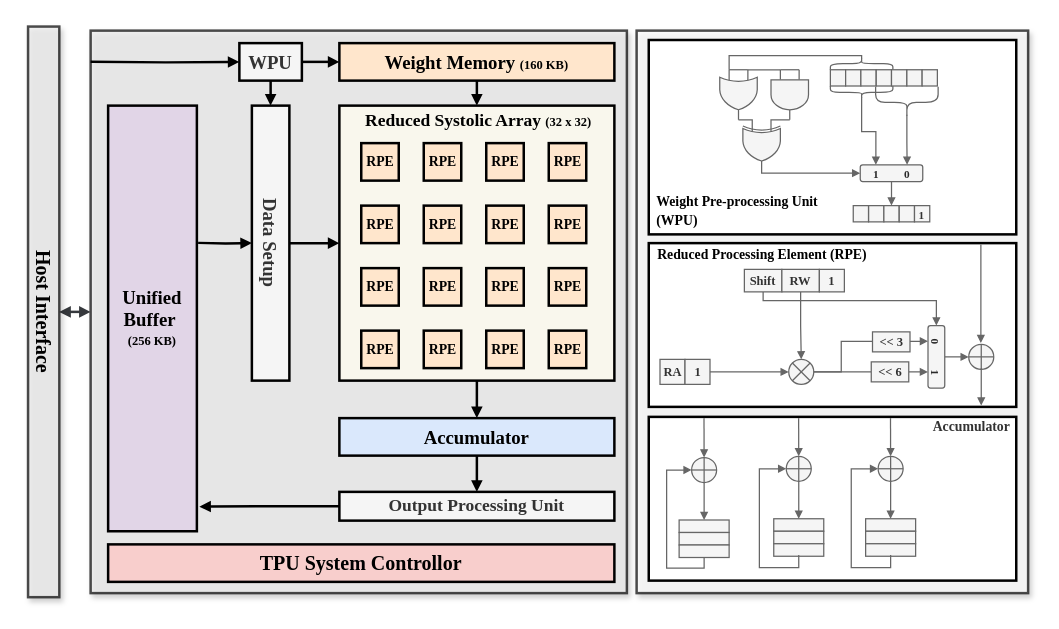
The draw.io diagram figure/drawio/TPU.drawio in akira2963753/tpu-accelerator-lite, before the edit. Source tidied: cells renumbered, new cells numbered last; positions are measured from the earlier drawing's top-left corner, leaving out a move shared by most shapes. Both pictures are drawn from the tidied source at 125%, with x=0, y=0 at pixel (-242, 30).
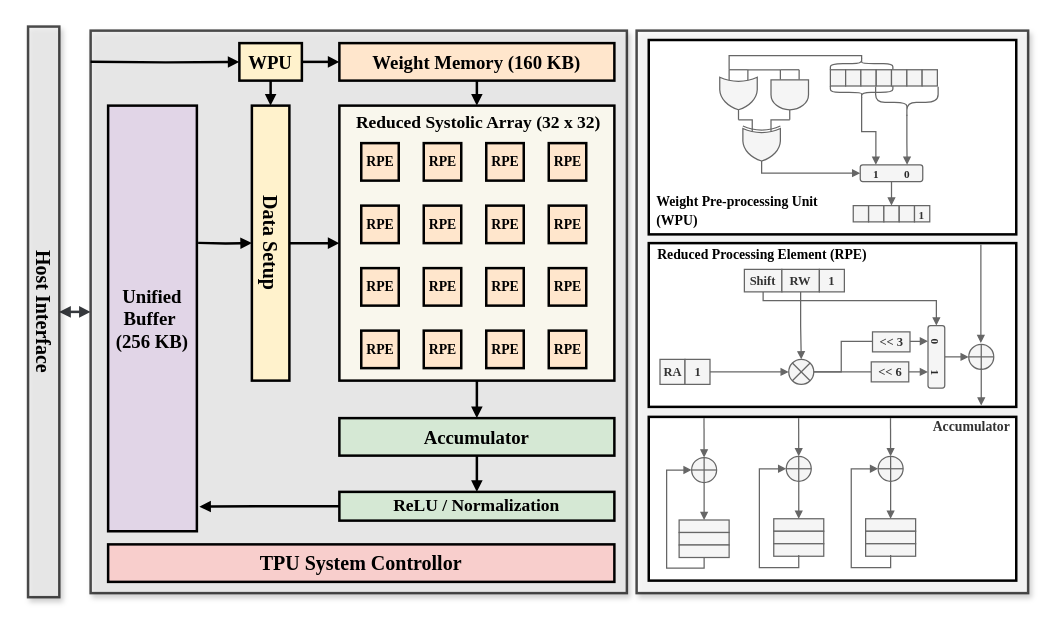
The same page after the edit.

The edit, as a diff of the source:
```diff
@@
-    <mxCell id="5" style="rounded=0;whiteSpace=wrap;html=1;shadow=0;fillColor=#f9f7ed;strokeColor=default;strokeWidth=2;" parent="1" vertex="1">
+    <mxCell id="5" style="rounded=0;whiteSpace=wrap;html=1;shadow=0;strokeWidth=2;fillColor=#f9f7ed;strokeColor=default;" parent="1" vertex="1">
       <mxGeometry x="465" y="60" width="220" height="220" as="geometry" />
     </mxCell>
@@
-    <mxCell id="7" value="&lt;font style=&quot;&quot; face=&quot;Garamond&quot;&gt;&lt;b style=&quot;&quot;&gt;&lt;span style=&quot;font-size: 15px;&quot;&gt;Weight Memory &lt;/span&gt;&lt;font style=&quot;font-size: 10px;&quot;&gt;(160 KB)&lt;/font&gt;&lt;/b&gt;&lt;/font&gt;" style="rounded=0;whiteSpace=wrap;html=1;fillColor=#ffe6cc;strokeColor=default;strokeWidth=2;" parent="1" vertex="1">
+    <mxCell id="7" value="&lt;font style=&quot;&quot; face=&quot;Garamond&quot;&gt;&lt;b style=&quot;&quot;&gt;&lt;span style=&quot;font-size: 15px;&quot;&gt;Weight Memory &lt;/span&gt;&lt;font style=&quot;font-size: 15px;&quot;&gt;(160 KB)&lt;/font&gt;&lt;/b&gt;&lt;/font&gt;" style="rounded=0;whiteSpace=wrap;html=1;fillColor=#ffe6cc;strokeColor=default;strokeWidth=2;" parent="1" vertex="1">
       <mxGeometry x="465" y="10" width="220" height="30" as="geometry" />
     </mxCell>
@@
-    <mxCell id="24" value="&lt;font face=&quot;Garamond&quot; style=&quot;color: rgb(0, 0, 0);&quot;&gt;&lt;b style=&quot;&quot;&gt;&lt;span style=&quot;font-size: 14px;&quot;&gt;Reduced Systolic Array &lt;/span&gt;&lt;font style=&quot;font-size: 10px;&quot;&gt;(32 x 32)&lt;/font&gt;&lt;/b&gt;&lt;/font&gt;" style="text;html=1;whiteSpace=wrap;strokeColor=none;fillColor=none;align=center;verticalAlign=middle;rounded=0;" parent="1" vertex="1">
-      <mxGeometry x="473.5" y="63" width="205" height="20" as="geometry" />
+    <mxCell id="24" value="&lt;font face=&quot;Garamond&quot; style=&quot;color: rgb(0, 0, 0); font-size: 14px;&quot;&gt;&lt;b style=&quot;&quot;&gt;Reduced Systolic Array &lt;font style=&quot;&quot;&gt;(32 x 32)&lt;/font&gt;&lt;/b&gt;&lt;/font&gt;" style="text;html=1;whiteSpace=wrap;strokeColor=none;fillColor=none;align=center;verticalAlign=middle;rounded=0;" parent="1" vertex="1">
+      <mxGeometry x="473.5" y="64" width="205" height="20" as="geometry" />
     </mxCell>
@@
-    <mxCell id="47" value="&lt;font face=&quot;Garamond&quot;&gt;&lt;span style=&quot;font-size: 15px;&quot;&gt;&lt;b&gt;WPU&lt;/b&gt;&lt;/span&gt;&lt;/font&gt;" style="rounded=0;whiteSpace=wrap;html=1;fillColor=#f5f5f5;strokeColor=default;strokeWidth=2;fontColor=#333333;" parent="1" vertex="1">
+    <mxCell id="47" value="&lt;font face=&quot;Garamond&quot;&gt;&lt;span style=&quot;font-size: 15px;&quot;&gt;&lt;b&gt;WPU&lt;/b&gt;&lt;/span&gt;&lt;/font&gt;" style="rounded=0;whiteSpace=wrap;html=1;fillColor=#fff2cc;strokeColor=default;strokeWidth=2;" parent="1" vertex="1">
       <mxGeometry x="385" y="10" width="50" height="30" as="geometry" />
     </mxCell>
@@
-    <mxCell id="50" value="&lt;font style=&quot;font-size: 15px;&quot; face=&quot;Garamond&quot;&gt;&lt;b style=&quot;&quot;&gt;Data Setup&lt;/b&gt;&lt;/font&gt;" style="rounded=0;whiteSpace=wrap;html=1;fillColor=#f5f5f5;fontColor=#333333;strokeColor=default;strokeWidth=2;rotation=90;" parent="1" vertex="1">
+    <mxCell id="50" value="&lt;font style=&quot;font-size: 16px;&quot; face=&quot;Garamond&quot;&gt;&lt;b style=&quot;&quot;&gt;Data Setup&lt;/b&gt;&lt;/font&gt;" style="rounded=0;whiteSpace=wrap;html=1;fillColor=#fff2cc;strokeColor=default;strokeWidth=2;rotation=90;" parent="1" vertex="1">
       <mxGeometry x="300" y="155" width="220" height="30" as="geometry" />
     </mxCell>
@@
-    <mxCell id="52" value="&lt;font style=&quot;font-size: 15px;&quot; face=&quot;Garamond&quot;&gt;&lt;b style=&quot;&quot;&gt;Accumulator&lt;/b&gt;&lt;/font&gt;" style="rounded=0;whiteSpace=wrap;html=1;fillColor=#dae8fc;strokeColor=default;strokeWidth=2;" parent="1" vertex="1">
+    <mxCell id="52" value="&lt;font style=&quot;font-size: 15px;&quot; face=&quot;Garamond&quot;&gt;&lt;b style=&quot;&quot;&gt;Accumulator&lt;/b&gt;&lt;/font&gt;" style="rounded=0;whiteSpace=wrap;html=1;fillColor=#d5e8d4;strokeColor=default;strokeWidth=2;" parent="1" vertex="1">
       <mxGeometry x="465" y="310" width="220" height="30" as="geometry" />
     </mxCell>
-    <mxCell id="53" value="&lt;font face=&quot;Garamond&quot; style=&quot;font-size: 15px;&quot;&gt;&lt;b style=&quot;&quot;&gt;Unified Buffer&amp;nbsp;&lt;/b&gt;&lt;/font&gt;&lt;div&gt;&lt;font face=&quot;Garamond&quot; style=&quot;font-size: 10px;&quot;&gt;&lt;b style=&quot;&quot;&gt;(256 KB)&lt;/b&gt;&lt;/font&gt;&lt;/div&gt;" style="rounded=0;whiteSpace=wrap;html=1;fillColor=#e1d5e7;strokeColor=default;strokeWidth=2;rotation=0;" parent="1" vertex="1">
+    <mxCell id="53" value="&lt;font face=&quot;Garamond&quot; style=&quot;font-size: 15px;&quot;&gt;&lt;b style=&quot;&quot;&gt;Unified Buffer&amp;nbsp;&lt;/b&gt;&lt;/font&gt;&lt;div&gt;&lt;font face=&quot;Garamond&quot; style=&quot;font-size: 15px;&quot;&gt;&lt;b style=&quot;&quot;&gt;(256 KB)&lt;/b&gt;&lt;/font&gt;&lt;/div&gt;" style="rounded=0;whiteSpace=wrap;html=1;fillColor=#e1d5e7;strokeColor=default;strokeWidth=2;rotation=0;" parent="1" vertex="1">
       <mxGeometry x="280" y="60" width="71" height="340.5" as="geometry" />
     </mxCell>
@@
-    <mxCell id="57" value="&lt;font face=&quot;Garamond&quot; style=&quot;font-size: 14px;&quot;&gt;&lt;b style=&quot;&quot;&gt;Output Processing Unit&lt;/b&gt;&lt;/font&gt;" style="rounded=0;whiteSpace=wrap;html=1;fillColor=#f5f5f5;strokeColor=default;strokeWidth=2;fontColor=#333333;" parent="1" vertex="1">
+    <mxCell id="57" value="&lt;font face=&quot;Garamond&quot;&gt;&lt;span style=&quot;font-size: 14px;&quot;&gt;&lt;b&gt;ReLU / Normalization&lt;/b&gt;&lt;/span&gt;&lt;/font&gt;" style="rounded=0;whiteSpace=wrap;html=1;fillColor=#d5e8d4;strokeColor=default;strokeWidth=2;" parent="1" vertex="1">
       <mxGeometry x="465" y="369" width="220" height="23" as="geometry" />
     </mxCell>
```
